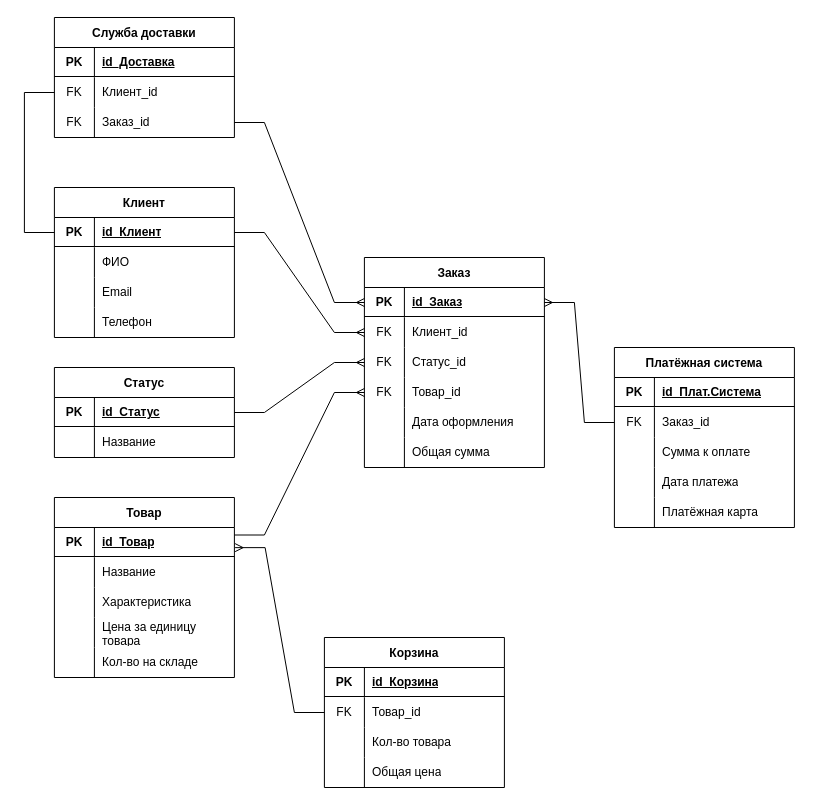
This is page "Логическая модель" (7 of 8) of Все диаграммы.drawio from AnnaOtchina/AnnaKyrsach, a draw.io file, before an edit. Source tidied: cells renumbered, new cells numbered last; positions are measured from the earlier drawing's top-left corner, leaving out a move shared by most shapes. Both pictures are drawn from the tidied source at 100%, with x=0, y=0 at pixel (24, 17).
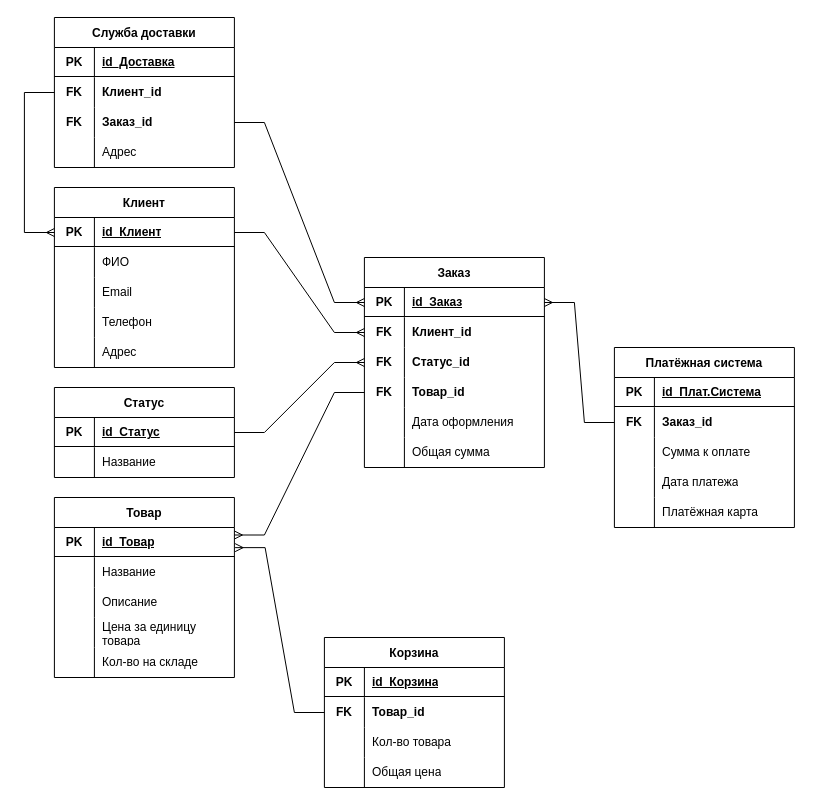
Above is the later version.

Unchanged cells that the change refers to:
```xml
<mxCell id="3" style="shape=tableRow;horizontal=0;startSize=0;swimlaneHead=0;swimlaneBody=0;top=0;left=0;bottom=0;right=0;fillColor=none;points=[[0,0.5],[1,0.5]];portConstraint=eastwest;strokeColor=inherit;fontSize=12;" parent="2" vertex="1">
  <mxGeometry y="30" width="180" height="30" as="geometry" />
</mxCell>
<mxCell id="21" style="shape=tableRow;horizontal=0;startSize=0;swimlaneHead=0;swimlaneBody=0;top=0;left=0;bottom=0;right=0;fillColor=none;points=[[0,0.5],[1,0.5]];portConstraint=eastwest;strokeColor=inherit;fontSize=12;" parent="16" vertex="1">
  <mxGeometry y="60" width="180" height="30" as="geometry" />
</mxCell>
<mxCell id="24" style="shape=tableRow;horizontal=0;startSize=0;swimlaneHead=0;swimlaneBody=0;top=0;left=0;bottom=0;right=0;fillColor=none;points=[[0,0.5],[1,0.5]];portConstraint=eastwest;strokeColor=inherit;fontSize=12;" parent="16" vertex="1">
  <mxGeometry y="90" width="180" height="30" as="geometry" />
</mxCell>
<mxCell id="27" style="shape=tableRow;horizontal=0;startSize=0;swimlaneHead=0;swimlaneBody=0;top=0;left=0;bottom=0;right=0;fillColor=none;points=[[0,0.5],[1,0.5]];portConstraint=eastwest;strokeColor=inherit;fontSize=12;" parent="16" vertex="1">
  <mxGeometry y="120" width="180" height="30" as="geometry" />
</mxCell>
<mxCell id="37" style="shape=tableRow;horizontal=0;startSize=0;swimlaneHead=0;swimlaneBody=0;top=0;left=0;bottom=0;right=0;fillColor=none;points=[[0,0.5],[1,0.5]];portConstraint=eastwest;strokeColor=inherit;fontSize=12;" parent="36" vertex="1">
  <mxGeometry y="30" width="180" height="30" as="geometry" />
</mxCell>
<mxCell id="44" style="shape=tableRow;horizontal=0;startSize=0;swimlaneHead=0;swimlaneBody=0;top=0;left=0;bottom=0;right=0;fillColor=none;strokeColor=inherit;fontSize=12;" parent="36" vertex="1">
  <mxGeometry y="90" width="180" height="30" as="geometry" />
</mxCell>
<mxCell id="58" style="shape=tableRow;horizontal=0;startSize=0;swimlaneHead=0;swimlaneBody=0;top=0;left=0;bottom=0;right=0;fillColor=none;points=[[0,0.5],[1,0.5]];portConstraint=eastwest;strokeColor=inherit;fontSize=12;" parent="53" vertex="1">
  <mxGeometry y="60" width="180" height="30" as="geometry" />
</mxCell>
<mxCell id="72" style="shape=tableRow;horizontal=0;startSize=0;swimlaneHead=0;swimlaneBody=0;top=0;left=0;bottom=0;right=0;fillColor=none;points=[[0,0.5],[1,0.5]];portConstraint=eastwest;strokeColor=inherit;fontSize=12;" parent="67" vertex="1">
  <mxGeometry y="60" width="180" height="30" as="geometry" />
</mxCell>
<mxCell id="89" style="shape=tableRow;horizontal=0;startSize=0;swimlaneHead=0;swimlaneBody=0;top=0;left=0;bottom=0;right=0;fillColor=none;points=[[0,0.5],[1,0.5]];portConstraint=eastwest;strokeColor=inherit;fontSize=12;" parent="84" vertex="1">
  <mxGeometry y="60" width="180" height="30" as="geometry" />
</mxCell>
<mxCell id="92" style="shape=tableRow;horizontal=0;startSize=0;swimlaneHead=0;swimlaneBody=0;top=0;left=0;bottom=0;right=0;fillColor=none;points=[[0,0.5],[1,0.5]];portConstraint=eastwest;strokeColor=inherit;fontSize=12;" parent="84" vertex="1">
  <mxGeometry y="90" width="180" height="30" as="geometry" />
</mxCell>
```

Diff of the diagram source:
```diff
@@
     <mxCell id="2" value="Клиент" style="shape=table;startSize=30;childLayout=tableLayout;rowLines=0;fontStyle=1;strokeColor=default;fontSize=12;" parent="1" vertex="1">
-      <mxGeometry x="29.9" y="170" width="180" height="150" as="geometry" />
+      <mxGeometry x="29.9" y="170" width="180" height="180" as="geometry" />
     </mxCell>
@@
+    <mxCell id="110" style="shape=tableRow;horizontal=0;startSize=0;swimlaneHead=0;swimlaneBody=0;top=0;left=0;bottom=0;right=0;fillColor=none;strokeColor=inherit;fontSize=12;" parent="2" vertex="1">
+      <mxGeometry y="150" width="180" height="30" as="geometry" />
+    </mxCell>
+    <mxCell id="111" style="shape=partialRectangle;html=1;whiteSpace=wrap;fillColor=none;top=0;left=0;bottom=0;right=0;overflow=hidden;strokeColor=inherit;fontSize=12;" parent="110" vertex="1">
+      <mxGeometry width="40" height="30" as="geometry" />
+    </mxCell>
+    <mxCell id="112" value="Адрес" style="shape=partialRectangle;html=1;whiteSpace=wrap;fillColor=none;top=0;left=0;bottom=0;right=0;align=left;spacingLeft=6;overflow=hidden;strokeColor=inherit;fontSize=12;" parent="110" vertex="1">
+      <mxGeometry x="40" width="140" height="30" as="geometry" />
+    </mxCell>
@@
-    <mxCell id="22" value="FK" style="shape=partialRectangle;html=1;whiteSpace=wrap;fillColor=none;top=0;left=0;bottom=0;right=0;overflow=hidden;strokeColor=inherit;fontSize=12;" parent="21" vertex="1">
+    <mxCell id="22" value="FK" style="shape=partialRectangle;html=1;whiteSpace=wrap;fillColor=none;top=0;left=0;bottom=0;right=0;overflow=hidden;strokeColor=inherit;fontSize=12;fontStyle=1;" parent="21" vertex="1">
       <mxGeometry width="40" height="30" as="geometry" />
     </mxCell>
-    <mxCell id="23" value="Клиент_id" style="shape=partialRectangle;html=1;whiteSpace=wrap;fillColor=none;top=0;left=0;bottom=0;right=0;align=left;spacingLeft=6;overflow=hidden;strokeColor=inherit;fontSize=12;" parent="21" vertex="1">
+    <mxCell id="23" value="Клиент_id" style="shape=partialRectangle;html=1;whiteSpace=wrap;fillColor=none;top=0;left=0;bottom=0;right=0;align=left;spacingLeft=6;overflow=hidden;strokeColor=inherit;fontSize=12;fontStyle=1;" parent="21" vertex="1">
       <mxGeometry x="40" width="140" height="30" as="geometry" />
     </mxCell>
@@
-    <mxCell id="25" value="FK" style="shape=partialRectangle;html=1;whiteSpace=wrap;fillColor=none;top=0;left=0;bottom=0;right=0;overflow=hidden;strokeColor=inherit;fontSize=12;" parent="24" vertex="1">
+    <mxCell id="25" value="FK" style="shape=partialRectangle;html=1;whiteSpace=wrap;fillColor=none;top=0;left=0;bottom=0;right=0;overflow=hidden;strokeColor=inherit;fontSize=12;fontStyle=1;" parent="24" vertex="1">
       <mxGeometry width="40" height="30" as="geometry" />
     </mxCell>
-    <mxCell id="26" value="Статус_id" style="shape=partialRectangle;html=1;whiteSpace=wrap;fillColor=none;top=0;left=0;bottom=0;right=0;align=left;spacingLeft=6;overflow=hidden;strokeColor=inherit;fontSize=12;" parent="24" vertex="1">
+    <mxCell id="26" value="Статус_id" style="shape=partialRectangle;html=1;whiteSpace=wrap;fillColor=none;top=0;left=0;bottom=0;right=0;align=left;spacingLeft=6;overflow=hidden;strokeColor=inherit;fontSize=12;fontStyle=1;" parent="24" vertex="1">
       <mxGeometry x="40" width="140" height="30" as="geometry" />
     </mxCell>
@@
-    <mxCell id="28" value="FK" style="shape=partialRectangle;html=1;whiteSpace=wrap;fillColor=none;top=0;left=0;bottom=0;right=0;overflow=hidden;strokeColor=inherit;fontSize=12;" parent="27" vertex="1">
+    <mxCell id="28" value="FK" style="shape=partialRectangle;html=1;whiteSpace=wrap;fillColor=none;top=0;left=0;bottom=0;right=0;overflow=hidden;strokeColor=inherit;fontSize=12;fontStyle=1;" parent="27" vertex="1">
       <mxGeometry width="40" height="30" as="geometry" />
     </mxCell>
-    <mxCell id="29" value="Товар_id" style="shape=partialRectangle;html=1;whiteSpace=wrap;fillColor=none;top=0;left=0;bottom=0;right=0;align=left;spacingLeft=6;overflow=hidden;strokeColor=inherit;fontSize=12;" parent="27" vertex="1">
+    <mxCell id="29" value="Товар_id" style="shape=partialRectangle;html=1;whiteSpace=wrap;fillColor=none;top=0;left=0;bottom=0;right=0;align=left;spacingLeft=6;overflow=hidden;strokeColor=inherit;fontSize=12;fontStyle=1;" parent="27" vertex="1">
       <mxGeometry x="40" width="140" height="30" as="geometry" />
     </mxCell>
@@
-    <mxCell id="46" value="Характеристика" style="shape=partialRectangle;html=1;whiteSpace=wrap;fillColor=none;top=0;left=0;bottom=0;right=0;align=left;spacingLeft=6;overflow=hidden;strokeColor=inherit;fontSize=12;" parent="44" vertex="1">
+    <mxCell id="46" value="Описание" style="shape=partialRectangle;html=1;whiteSpace=wrap;fillColor=none;top=0;left=0;bottom=0;right=0;align=left;spacingLeft=6;overflow=hidden;strokeColor=inherit;fontSize=12;" parent="44" vertex="1">
       <mxGeometry x="40" width="140" height="30" as="geometry" />
     </mxCell>
@@
-    <mxCell id="59" value="FK" style="shape=partialRectangle;html=1;whiteSpace=wrap;fillColor=none;top=0;left=0;bottom=0;right=0;overflow=hidden;strokeColor=inherit;fontSize=12;" parent="58" vertex="1">
+    <mxCell id="59" value="FK" style="shape=partialRectangle;html=1;whiteSpace=wrap;fillColor=none;top=0;left=0;bottom=0;right=0;overflow=hidden;strokeColor=inherit;fontSize=12;fontStyle=1;" parent="58" vertex="1">
       <mxGeometry width="40" height="30" as="geometry" />
     </mxCell>
-    <mxCell id="60" value="Товар_id" style="shape=partialRectangle;html=1;whiteSpace=wrap;fillColor=none;top=0;left=0;bottom=0;right=0;align=left;spacingLeft=6;overflow=hidden;strokeColor=inherit;fontSize=12;" parent="58" vertex="1">
+    <mxCell id="60" value="Товар_id" style="shape=partialRectangle;html=1;whiteSpace=wrap;fillColor=none;top=0;left=0;bottom=0;right=0;align=left;spacingLeft=6;overflow=hidden;strokeColor=inherit;fontSize=12;fontStyle=1;" parent="58" vertex="1">
       <mxGeometry x="40" width="140" height="30" as="geometry" />
     </mxCell>
@@
-    <mxCell id="73" value="FK" style="shape=partialRectangle;html=1;whiteSpace=wrap;fillColor=none;top=0;left=0;bottom=0;right=0;overflow=hidden;strokeColor=inherit;fontSize=12;" parent="72" vertex="1">
+    <mxCell id="73" value="FK" style="shape=partialRectangle;html=1;whiteSpace=wrap;fillColor=none;top=0;left=0;bottom=0;right=0;overflow=hidden;strokeColor=inherit;fontSize=12;fontStyle=1;" parent="72" vertex="1">
       <mxGeometry width="40" height="30" as="geometry" />
     </mxCell>
-    <mxCell id="74" value="Заказ_id" style="shape=partialRectangle;html=1;whiteSpace=wrap;fillColor=none;top=0;left=0;bottom=0;right=0;align=left;spacingLeft=6;overflow=hidden;strokeColor=inherit;fontSize=12;" parent="72" vertex="1">
+    <mxCell id="74" value="Заказ_id" style="shape=partialRectangle;html=1;whiteSpace=wrap;fillColor=none;top=0;left=0;bottom=0;right=0;align=left;spacingLeft=6;overflow=hidden;strokeColor=inherit;fontSize=12;fontStyle=1;" parent="72" vertex="1">
       <mxGeometry x="40" width="140" height="30" as="geometry" />
     </mxCell>
@@
     <mxCell id="84" value="Служба доставки" style="shape=table;startSize=30;childLayout=tableLayout;rowLines=0;fontStyle=1;strokeColor=default;fontSize=12;" parent="1" vertex="1">
-      <mxGeometry x="29.9" width="180" height="120" as="geometry" />
+      <mxGeometry x="29.9" width="180" height="150" as="geometry" />
     </mxCell>
@@
-    <mxCell id="90" value="FK" style="shape=partialRectangle;html=1;whiteSpace=wrap;fillColor=none;top=0;left=0;bottom=0;right=0;overflow=hidden;strokeColor=inherit;fontSize=12;" parent="89" vertex="1">
+    <mxCell id="90" value="&lt;b&gt;FK&lt;/b&gt;" style="shape=partialRectangle;html=1;whiteSpace=wrap;fillColor=none;top=0;left=0;bottom=0;right=0;overflow=hidden;strokeColor=inherit;fontSize=12;" parent="89" vertex="1">
       <mxGeometry width="40" height="30" as="geometry" />
     </mxCell>
-    <mxCell id="91" value="Клиент_id" style="shape=partialRectangle;html=1;whiteSpace=wrap;fillColor=none;top=0;left=0;bottom=0;right=0;align=left;spacingLeft=6;overflow=hidden;strokeColor=inherit;fontSize=12;" parent="89" vertex="1">
+    <mxCell id="91" value="&lt;b&gt;Клиент_id&lt;/b&gt;" style="shape=partialRectangle;html=1;whiteSpace=wrap;fillColor=none;top=0;left=0;bottom=0;right=0;align=left;spacingLeft=6;overflow=hidden;strokeColor=inherit;fontSize=12;" parent="89" vertex="1">
       <mxGeometry x="40" width="140" height="30" as="geometry" />
     </mxCell>
@@
-    <mxCell id="93" value="FK" style="shape=partialRectangle;html=1;whiteSpace=wrap;fillColor=none;top=0;left=0;bottom=0;right=0;overflow=hidden;strokeColor=inherit;fontSize=12;" parent="92" vertex="1">
+    <mxCell id="93" value="FK" style="shape=partialRectangle;html=1;whiteSpace=wrap;fillColor=none;top=0;left=0;bottom=0;right=0;overflow=hidden;strokeColor=inherit;fontSize=12;fontStyle=1;" parent="92" vertex="1">
       <mxGeometry width="40" height="30" as="geometry" />
     </mxCell>
-    <mxCell id="94" value="Заказ_id" style="shape=partialRectangle;html=1;whiteSpace=wrap;fillColor=none;top=0;left=0;bottom=0;right=0;align=left;spacingLeft=6;overflow=hidden;strokeColor=inherit;fontSize=12;" parent="92" vertex="1">
+    <mxCell id="94" value="Заказ_id" style="shape=partialRectangle;html=1;whiteSpace=wrap;fillColor=none;top=0;left=0;bottom=0;right=0;align=left;spacingLeft=6;overflow=hidden;strokeColor=inherit;fontSize=12;fontStyle=1;" parent="92" vertex="1">
       <mxGeometry x="40" width="140" height="30" as="geometry" />
     </mxCell>
+    <mxCell id="113" style="shape=tableRow;horizontal=0;startSize=0;swimlaneHead=0;swimlaneBody=0;top=0;left=0;bottom=0;right=0;fillColor=none;strokeColor=inherit;fontSize=12;" parent="84" vertex="1">
+      <mxGeometry y="120" width="180" height="30" as="geometry" />
+    </mxCell>
+    <mxCell id="114" style="shape=partialRectangle;html=1;whiteSpace=wrap;fillColor=none;top=0;left=0;bottom=0;right=0;overflow=hidden;strokeColor=inherit;fontSize=12;" parent="113" vertex="1">
+      <mxGeometry width="40" height="30" as="geometry" />
+    </mxCell>
+    <mxCell id="115" value="Адрес" style="shape=partialRectangle;html=1;whiteSpace=wrap;fillColor=none;top=0;left=0;bottom=0;right=0;align=left;spacingLeft=6;overflow=hidden;strokeColor=inherit;fontSize=12;" parent="113" vertex="1">
+      <mxGeometry x="40" width="140" height="30" as="geometry" />
+    </mxCell>
     <mxCell id="95" value="Статус" style="shape=table;startSize=30;childLayout=tableLayout;rowLines=0;fontStyle=1;strokeColor=default;fontSize=12;" parent="1" vertex="1">
-      <mxGeometry x="29.9" y="350" width="180" height="90" as="geometry" />
+      <mxGeometry x="29.9" y="370" width="180" height="90" as="geometry" />
     </mxCell>
@@
-    <mxCell id="105" style="edgeStyle=entityRelationEdgeStyle;fontSize=12;html=1;endArrow=ERmany;rounded=0;exitX=1;exitY=0.25;exitDx=0;exitDy=0;exitPerimeter=0;" parent="1" edge="1" source="37" target="27">
+    <mxCell id="105" style="edgeStyle=entityRelationEdgeStyle;fontSize=12;html=1;endArrow=none;rounded=0;exitX=1;exitY=0.25;exitDx=0;exitDy=0;exitPerimeter=0;startArrow=ERmany;startFill=0;endFill=0;" parent="1" edge="1" source="37" target="27">
       <mxGeometry relative="1" as="geometry" />
     </mxCell>
@@
-    <mxCell id="107" style="edgeStyle=orthogonalEdgeStyle;fontSize=12;html=1;endArrow=none;rounded=0;endFill=0;exitX=0;exitY=0.5;exitDx=0;exitDy=0;entryX=0;entryY=0.5;entryDx=0;entryDy=0;" parent="1" edge="1" source="3" target="89">
+    <mxCell id="107" style="edgeStyle=orthogonalEdgeStyle;fontSize=12;html=1;endArrow=none;rounded=0;endFill=0;exitX=0;exitY=0.5;exitDx=0;exitDy=0;entryX=0;entryY=0.5;entryDx=0;entryDy=0;startArrow=ERmany;startFill=0;" parent="1" edge="1" source="3" target="89">
       <mxGeometry relative="1" as="geometry">
         <Array as="points">
           <mxPoint x="-0.1" y="215" />
           <mxPoint x="-0.1" y="75" />
         </Array>
       </mxGeometry>
     </mxCell>
```
